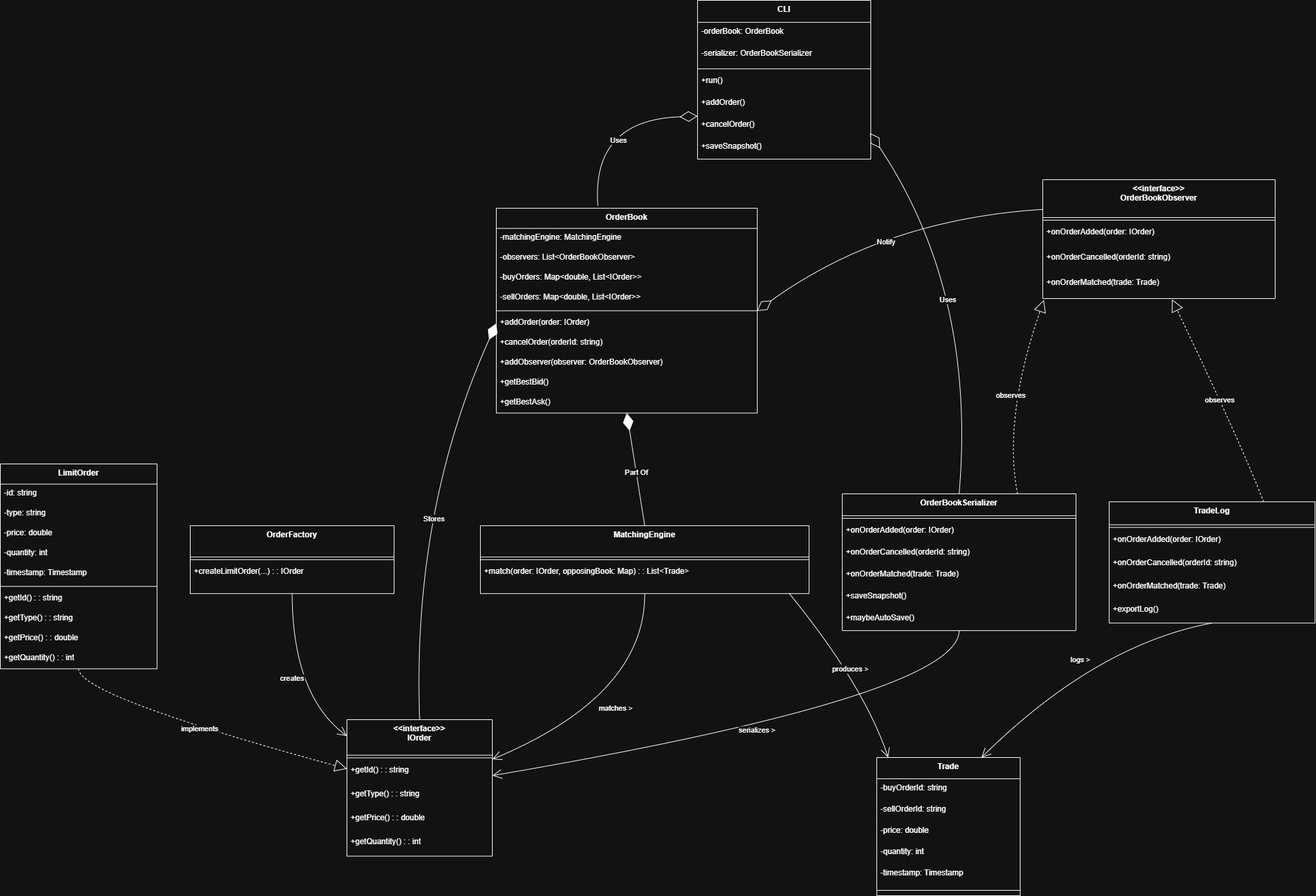
Earlier version of the draw.io export docs/uml/ClassDiagram.drawio.png (CharlesAdewumi2004/Order-Book-Engine-in-Cpp). Source tidied: cells renumbered, new cells last; positions are measured from the earlier drawing's top-left corner, leaving out a move shared by most shapes.
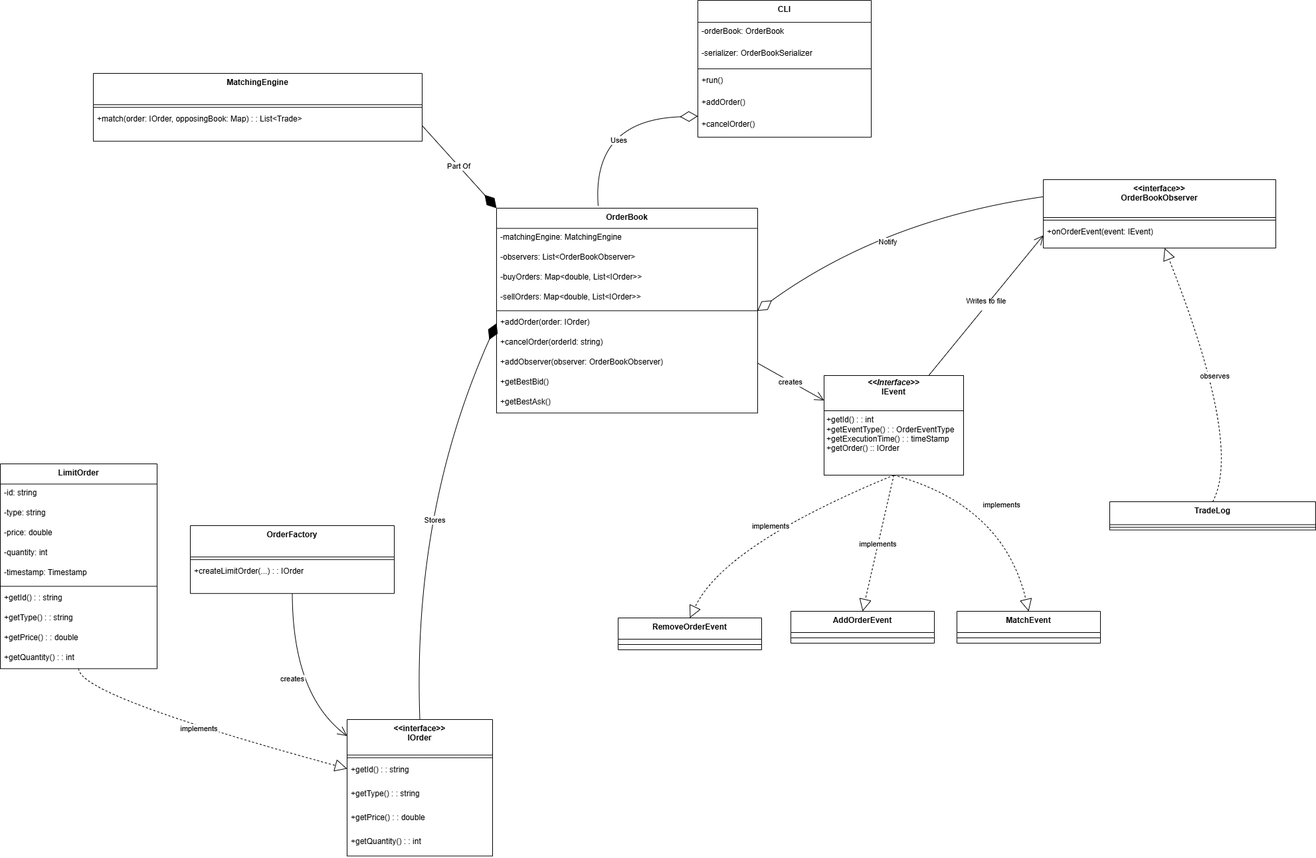
Above is the later version.

Diff of the diagram source:
```diff
@@ -21,20 +21,14 @@
       <mxGeometry y="169.5" width="219" height="36" as="geometry" />
     </mxCell>
     <mxCell id="8" value="&lt;&lt;interface&gt;&gt;&#10;OrderBookObserver" style="swimlane;fontStyle=1;align=center;verticalAlign=top;horizontal=1;startSize=57;" parent="1" vertex="1">
-      <mxGeometry x="1570" y="270" width="350" height="179" as="geometry" />
+      <mxGeometry x="1570" y="270" width="350" height="103" as="geometry" />
     </mxCell>
     <mxCell id="9" style="line;strokeWidth=1;fillColor=none;align=left;verticalAlign=middle;spacingTop=-1;spacingLeft=3;spacingRight=3;labelPosition=right;strokeColor=inherit;" parent="8" vertex="1">
       <mxGeometry y="57" width="350" height="8" as="geometry" />
     </mxCell>
-    <mxCell id="10" value="+onOrderAdded(order: IOrder)" style="text;strokeColor=none;fillColor=none;align=left;verticalAlign=top;spacingLeft=4;spacingRight=4;overflow=hidden;points=[[0,0.5],[1,0.5]];portConstraint=eastwest;" parent="8" vertex="1">
+    <mxCell id="10" value="+onOrderEvent(event: IEvent)" style="text;strokeColor=none;fillColor=none;align=left;verticalAlign=top;spacingLeft=4;spacingRight=4;overflow=hidden;points=[[0,0.5],[1,0.5]];portConstraint=eastwest;" parent="8" vertex="1">
       <mxGeometry y="65" width="350" height="38" as="geometry" />
     </mxCell>
-    <mxCell id="11" value="+onOrderCancelled(orderId: string)" style="text;strokeColor=none;fillColor=none;align=left;verticalAlign=top;spacingLeft=4;spacingRight=4;overflow=hidden;" parent="8" vertex="1">
-      <mxGeometry y="103" width="350" height="38" as="geometry" />
-    </mxCell>
-    <mxCell id="12" value="+onOrderMatched(trade: Trade)" style="text;strokeColor=none;fillColor=none;align=left;verticalAlign=top;spacingLeft=4;spacingRight=4;overflow=hidden;points=[[0,0.5],[1,0.5]];portConstraint=eastwest;" parent="8" vertex="1">
-      <mxGeometry y="141" width="350" height="38" as="geometry" />
-    </mxCell>
     <mxCell id="13" value="LimitOrder" style="swimlane;fontStyle=1;align=center;verticalAlign=top;horizontal=1;startSize=30.4;" parent="1" vertex="1">
       <mxGeometry y="698" width="236" height="308.4" as="geometry" />
     </mxCell>
@@ -68,26 +62,11 @@
     <mxCell id="23" value="+getQuantity() : : int" style="text;strokeColor=none;fillColor=none;align=left;verticalAlign=top;spacingLeft=4;spacingRight=4;overflow=hidden;" parent="13" vertex="1">
       <mxGeometry y="278.4" width="236" height="30" as="geometry" />
     </mxCell>
-    <mxCell id="24" value="Trade" style="swimlane;fontStyle=1;align=center;verticalAlign=top;horizontal=1;startSize=32;" parent="1" vertex="1">
-      <mxGeometry x="1320" y="1140" width="216" height="208" as="geometry" />
+    <mxCell id="24" value="MatchEvent" style="swimlane;fontStyle=1;align=center;verticalAlign=top;horizontal=1;startSize=32;" parent="1" vertex="1">
+      <mxGeometry x="1440" y="920" width="216" height="48" as="geometry" />
     </mxCell>
-    <mxCell id="25" value="-buyOrderId: string" style="text;strokeColor=none;fillColor=none;align=left;verticalAlign=top;spacingLeft=4;spacingRight=4;overflow=hidden;" parent="24" vertex="1">
-      <mxGeometry y="32" width="216" height="32" as="geometry" />
-    </mxCell>
-    <mxCell id="26" value="-sellOrderId: string" style="text;strokeColor=none;fillColor=none;align=left;verticalAlign=top;spacingLeft=4;spacingRight=4;overflow=hidden;" parent="24" vertex="1">
-      <mxGeometry y="64" width="216" height="32" as="geometry" />
-    </mxCell>
-    <mxCell id="27" value="-price: double" style="text;strokeColor=none;fillColor=none;align=left;verticalAlign=top;spacingLeft=4;spacingRight=4;overflow=hidden;" parent="24" vertex="1">
-      <mxGeometry y="96" width="216" height="32" as="geometry" />
-    </mxCell>
-    <mxCell id="28" value="-quantity: int" style="text;strokeColor=none;fillColor=none;align=left;verticalAlign=top;spacingLeft=4;spacingRight=4;overflow=hidden;" parent="24" vertex="1">
-      <mxGeometry y="128" width="216" height="32" as="geometry" />
-    </mxCell>
-    <mxCell id="29" value="-timestamp: Timestamp" style="text;strokeColor=none;fillColor=none;align=left;verticalAlign=top;spacingLeft=4;spacingRight=4;overflow=hidden;" parent="24" vertex="1">
-      <mxGeometry y="160" width="216" height="32" as="geometry" />
-    </mxCell>
     <mxCell id="30" style="line;strokeWidth=1;fillColor=none;align=left;verticalAlign=middle;spacingTop=-1;spacingLeft=3;spacingRight=3;labelPosition=right;strokeColor=inherit;" parent="24" vertex="1">
-      <mxGeometry y="192" width="216" height="16" as="geometry" />
+      <mxGeometry y="32" width="216" height="16" as="geometry" />
     </mxCell>
     <mxCell id="31" value="OrderFactory" style="swimlane;fontStyle=1;align=center;verticalAlign=top;horizontal=1;startSize=47.2;" parent="1" vertex="1">
       <mxGeometry x="286" y="791" width="307" height="102.2" as="geometry" />
@@ -132,7 +111,7 @@
       <mxGeometry y="278.4" width="393" height="30" as="geometry" />
     </mxCell>
     <mxCell id="45" value="MatchingEngine" style="swimlane;fontStyle=1;align=center;verticalAlign=top;horizontal=1;startSize=47.2;" parent="1" vertex="1">
-      <mxGeometry x="723" y="791" width="495" height="102.2" as="geometry" />
+      <mxGeometry x="140" y="110" width="495" height="102.2" as="geometry" />
     </mxCell>
     <mxCell id="46" style="line;strokeWidth=1;fillColor=none;align=left;verticalAlign=middle;spacingTop=-1;spacingLeft=3;spacingRight=3;labelPosition=right;strokeColor=inherit;" parent="45" vertex="1">
       <mxGeometry y="47.2" width="495" height="8" as="geometry" />
@@ -141,46 +120,13 @@
       <mxGeometry y="55.2" width="495" height="47" as="geometry" />
     </mxCell>
     <mxCell id="48" value="TradeLog" style="swimlane;fontStyle=1;align=center;verticalAlign=top;horizontal=1;startSize=34.54545454545455;" parent="1" vertex="1">
-      <mxGeometry x="1670" y="755" width="310" height="182.5" as="geometry" />
+      <mxGeometry x="1670" y="755" width="310" height="42.5" as="geometry" />
     </mxCell>
     <mxCell id="49" style="line;strokeWidth=1;fillColor=none;align=left;verticalAlign=middle;spacingTop=-1;spacingLeft=3;spacingRight=3;labelPosition=right;strokeColor=inherit;" parent="48" vertex="1">
       <mxGeometry y="34.5" width="310" height="8" as="geometry" />
     </mxCell>
-    <mxCell id="50" value="+onOrderAdded(order: IOrder)" style="text;strokeColor=none;fillColor=none;align=left;verticalAlign=top;spacingLeft=4;spacingRight=4;overflow=hidden;" parent="48" vertex="1">
-      <mxGeometry y="42.5" width="310" height="35" as="geometry" />
-    </mxCell>
-    <mxCell id="51" value="+onOrderCancelled(orderId: string)" style="text;strokeColor=none;fillColor=none;align=left;verticalAlign=top;spacingLeft=4;spacingRight=4;overflow=hidden;" parent="48" vertex="1">
-      <mxGeometry y="77.5" width="310" height="35" as="geometry" />
-    </mxCell>
-    <mxCell id="52" value="+onOrderMatched(trade: Trade)" style="text;strokeColor=none;fillColor=none;align=left;verticalAlign=top;spacingLeft=4;spacingRight=4;overflow=hidden;" parent="48" vertex="1">
-      <mxGeometry y="112.5" width="310" height="35" as="geometry" />
-    </mxCell>
-    <mxCell id="53" value="+exportLog()" style="text;strokeColor=none;fillColor=none;align=left;verticalAlign=top;spacingLeft=4;spacingRight=4;overflow=hidden;" parent="48" vertex="1">
-      <mxGeometry y="147.5" width="310" height="35" as="geometry" />
-    </mxCell>
-    <mxCell id="54" value="OrderBookSerializer" style="swimlane;fontStyle=1;align=center;verticalAlign=top;horizontal=1;startSize=32.92307692307692;" parent="1" vertex="1">
-      <mxGeometry x="1268" y="743" width="352" height="205.9" as="geometry" />
-    </mxCell>
-    <mxCell id="55" style="line;strokeWidth=1;fillColor=none;align=left;verticalAlign=middle;spacingTop=-1;spacingLeft=3;spacingRight=3;labelPosition=right;strokeColor=inherit;" parent="54" vertex="1">
-      <mxGeometry y="32.9" width="352" height="8" as="geometry" />
-    </mxCell>
-    <mxCell id="56" value="+onOrderAdded(order: IOrder)" style="text;strokeColor=none;fillColor=none;align=left;verticalAlign=top;spacingLeft=4;spacingRight=4;overflow=hidden;" parent="54" vertex="1">
-      <mxGeometry y="40.9" width="352" height="33" as="geometry" />
-    </mxCell>
-    <mxCell id="57" value="+onOrderCancelled(orderId: string)" style="text;strokeColor=none;fillColor=none;align=left;verticalAlign=top;spacingLeft=4;spacingRight=4;overflow=hidden;" parent="54" vertex="1">
-      <mxGeometry y="73.9" width="352" height="33" as="geometry" />
-    </mxCell>
-    <mxCell id="58" value="+onOrderMatched(trade: Trade)" style="text;strokeColor=none;fillColor=none;align=left;verticalAlign=top;spacingLeft=4;spacingRight=4;overflow=hidden;" parent="54" vertex="1">
-      <mxGeometry y="106.9" width="352" height="33" as="geometry" />
-    </mxCell>
-    <mxCell id="59" value="+saveSnapshot()" style="text;strokeColor=none;fillColor=none;align=left;verticalAlign=top;spacingLeft=4;spacingRight=4;overflow=hidden;" parent="54" vertex="1">
-      <mxGeometry y="139.9" width="352" height="33" as="geometry" />
-    </mxCell>
-    <mxCell id="60" value="+maybeAutoSave()" style="text;strokeColor=none;fillColor=none;align=left;verticalAlign=top;spacingLeft=4;spacingRight=4;overflow=hidden;" parent="54" vertex="1">
-      <mxGeometry y="172.9" width="352" height="33" as="geometry" />
-    </mxCell>
     <mxCell id="61" value="CLI" style="swimlane;fontStyle=1;align=center;verticalAlign=top;horizontal=1;startSize=33.142857142857146;" parent="1" vertex="1">
-      <mxGeometry x="1050" width="261" height="239.1" as="geometry" />
+      <mxGeometry x="1050" width="261" height="206.1" as="geometry" />
     </mxCell>
     <mxCell id="62" value="-orderBook: OrderBook" style="text;strokeColor=none;fillColor=none;align=left;verticalAlign=top;spacingLeft=4;spacingRight=4;overflow=hidden;" parent="61" vertex="1">
       <mxGeometry y="33.1" width="261" height="33" as="geometry" />
@@ -200,9 +146,6 @@
     <mxCell id="67" value="+cancelOrder()" style="text;strokeColor=none;fillColor=none;align=left;verticalAlign=top;spacingLeft=4;spacingRight=4;overflow=hidden;points=[[0,0.5],[1,0.5]];portConstraint=eastwest;" parent="61" vertex="1">
       <mxGeometry y="173.1" width="261" height="33" as="geometry" />
     </mxCell>
-    <mxCell id="68" value="+saveSnapshot()" style="text;strokeColor=none;fillColor=none;align=left;verticalAlign=top;spacingLeft=4;spacingRight=4;overflow=hidden;" parent="61" vertex="1">
-      <mxGeometry y="206.1" width="261" height="33" as="geometry" />
-    </mxCell>
     <mxCell id="69" value="implements" style="curved=1;dashed=1;startArrow=none;endArrow=block;endSize=16;endFill=0;exitX=0.5;exitY=1;entryX=0;entryY=0.36;rounded=0;" parent="1" edge="1" source="13" target="2">
       <mxGeometry relative="1" as="geometry">
         <Array as="points">
@@ -217,48 +160,13 @@
         </Array>
       </mxGeometry>
     </mxCell>
-    <mxCell id="71" value="matches &gt;" style="curved=1;startArrow=none;endArrow=open;endSize=12;exitX=0.5;exitY=1;entryX=1;entryY=0.29;rounded=0;" parent="1" edge="1" source="45" target="2">
-      <mxGeometry relative="1" as="geometry">
-        <Array as="points">
-          <mxPoint x="971" y="1047" />
-        </Array>
-      </mxGeometry>
-    </mxCell>
-    <mxCell id="72" value="produces &gt;" style="curved=1;startArrow=none;endArrow=open;endSize=12;exitX=0.94;exitY=1;entryX=0.08;entryY=0;rounded=0;" parent="1" edge="1" source="45" target="24">
-      <mxGeometry relative="1" as="geometry">
-        <Array as="points">
-          <mxPoint x="1300" y="1030" />
-        </Array>
-      </mxGeometry>
-    </mxCell>
-    <mxCell id="73" value="observes" style="curved=1;dashed=1;startArrow=none;endArrow=block;endSize=16;endFill=0;exitX=0.75;exitY=0;entryX=0.556;entryY=1.03;rounded=0;exitDx=0;exitDy=0;entryDx=0;entryDy=0;entryPerimeter=0;" parent="1" edge="1" source="48" target="12">
+    <mxCell id="73" value="observes" style="curved=1;dashed=1;startArrow=none;endArrow=block;endSize=16;endFill=0;exitX=0.5;exitY=0;rounded=0;exitDx=0;exitDy=0;" parent="1" edge="1" source="48" target="10">
       <mxGeometry relative="1" as="geometry">
         <Array as="points">
           <mxPoint x="1870" y="670" />
         </Array>
       </mxGeometry>
     </mxCell>
-    <mxCell id="74" value="observes" style="curved=1;dashed=1;startArrow=none;endArrow=block;endSize=16;endFill=0;exitX=0.75;exitY=0;entryX=0.005;entryY=1.053;rounded=0;exitDx=0;exitDy=0;entryDx=0;entryDy=0;entryPerimeter=0;" parent="1" edge="1" source="54" target="12">
-      <mxGeometry relative="1" as="geometry">
-        <Array as="points">
-          <mxPoint x="1510" y="630" />
-        </Array>
-      </mxGeometry>
-    </mxCell>
-    <mxCell id="75" value="logs &gt;" style="curved=1;startArrow=none;endArrow=open;endSize=12;exitX=0.5;exitY=1;entryX=0.73;entryY=0;rounded=0;" parent="1" edge="1" source="48" target="24">
-      <mxGeometry relative="1" as="geometry">
-        <Array as="points">
-          <mxPoint x="1650" y="970" />
-        </Array>
-      </mxGeometry>
-    </mxCell>
-    <mxCell id="76" value="serializes &gt;" style="curved=1;startArrow=none;endArrow=open;endSize=12;exitX=0.5;exitY=1;entryX=1;entryY=0.41;rounded=0;" parent="1" edge="1" source="54" target="2">
-      <mxGeometry relative="1" as="geometry">
-        <Array as="points">
-          <mxPoint x="1444" y="1047" />
-        </Array>
-      </mxGeometry>
-    </mxCell>
     <mxCell id="77" style="endArrow=diamondThin;endFill=0;endSize=24;html=1;rounded=0;curved=1;entryX=0;entryY=1.04;entryDx=0;entryDy=0;entryPerimeter=0;" parent="1" edge="1" target="66">
       <mxGeometry relative="1" as="geometry">
         <mxPoint x="900" y="310" as="sourcePoint" />
@@ -272,17 +180,7 @@
         <mxPoint x="39" y="56" as="offset" />
       </mxGeometry>
     </mxCell>
-    <mxCell id="79" style="endArrow=diamondThin;endFill=0;endSize=24;html=1;rounded=0;curved=1;entryX=0.996;entryY=0.814;entryDx=0;entryDy=0;entryPerimeter=0;exitX=0.5;exitY=0;exitDx=0;exitDy=0;" parent="1" edge="1" source="54" target="67">
-      <mxGeometry relative="1" as="geometry">
-        <Array as="points">
-          <mxPoint x="1470" y="440" />
-        </Array>
-      </mxGeometry>
-    </mxCell>
-    <mxCell id="80" value="Uses" style="edgeLabel;html=1;align=center;verticalAlign=middle;" parent="79" vertex="1">
-      <mxGeometry x="0.08" y="42" relative="1" as="geometry" />
-    </mxCell>
-    <mxCell id="81" style="endArrow=diamondThin;endFill=1;endSize=24;html=1;rounded=0;exitX=0.5;exitY=0;exitDx=0;exitDy=0;entryX=0.5;entryY=1;entryDx=0;entryDy=0;" parent="1" edge="1" source="45" target="34">
+    <mxCell id="81" style="endArrow=diamondThin;endFill=1;endSize=24;html=1;rounded=0;exitX=1;exitY=0.5;exitDx=0;exitDy=0;entryX=0;entryY=0;entryDx=0;entryDy=0;" parent="1" edge="1" source="47" target="34">
       <mxGeometry relative="1" as="geometry" />
     </mxCell>
     <mxCell id="82" value="Part Of" style="edgeLabel;html=1;align=center;verticalAlign=middle;" parent="81" vertex="1">
@@ -308,5 +206,43 @@
     <mxCell id="86" value="Notify" style="edgeLabel;html=1;align=center;verticalAlign=middle;" parent="85" vertex="1">
       <mxGeometry x="0.08" y="29" relative="1" as="geometry" />
     </mxCell>
+    <mxCell id="87" value="&lt;p style=&quot;margin:0px;margin-top:4px;text-align:center;&quot;&gt;&lt;i&gt;&lt;b&gt;&amp;lt;&amp;lt;Interface&amp;gt;&amp;gt;&lt;/b&gt;&lt;/i&gt;&lt;br&gt;&lt;b&gt;IEvent&lt;/b&gt;&lt;/p&gt;&lt;p style=&quot;margin:0px;margin-left:4px;&quot;&gt;&lt;br&gt;&lt;/p&gt;&lt;hr size=&quot;1&quot; style=&quot;border-style:solid;&quot;&gt;&lt;p style=&quot;margin:0px;margin-left:4px;&quot;&gt;+getId() : : int&lt;br&gt;+getEventType() : : OrderEventType&lt;/p&gt;&lt;p style=&quot;margin:0px;margin-left:4px;&quot;&gt;+getExecutionTime() : : timeStamp&lt;/p&gt;&lt;p style=&quot;margin:0px;margin-left:4px;&quot;&gt;+getOrder() :: IOrder&lt;/p&gt;" style="verticalAlign=top;align=left;overflow=fill;html=1;whiteSpace=wrap;" parent="1" vertex="1">
+      <mxGeometry x="1240" y="565" width="210" height="150" as="geometry" />
+    </mxCell>
+    <mxCell id="88" value="implements" style="curved=1;dashed=1;startArrow=none;endArrow=block;endSize=16;endFill=0;exitX=0.5;exitY=1;entryX=0.5;entryY=0;rounded=0;exitDx=0;exitDy=0;entryDx=0;entryDy=0;" parent="1" edge="1" source="87" target="24">
+      <mxGeometry relative="1" as="geometry">
+        <Array as="points">
+          <mxPoint x="1510" y="760" />
+        </Array>
+      </mxGeometry>
+    </mxCell>
+    <mxCell id="89" value="AddOrderEvent" style="swimlane;fontStyle=1;align=center;verticalAlign=top;horizontal=1;startSize=32;" parent="1" vertex="1">
+      <mxGeometry x="1190" y="920" width="216" height="48" as="geometry" />
+    </mxCell>
+    <mxCell id="90" style="line;strokeWidth=1;fillColor=none;align=left;verticalAlign=middle;spacingTop=-1;spacingLeft=3;spacingRight=3;labelPosition=right;strokeColor=inherit;" parent="89" vertex="1">
+      <mxGeometry y="32" width="216" height="16" as="geometry" />
+    </mxCell>
+    <mxCell id="91" value="RemoveOrderEvent" style="swimlane;fontStyle=1;align=center;verticalAlign=top;horizontal=1;startSize=32;" parent="1" vertex="1">
+      <mxGeometry x="930" y="930" width="216" height="48" as="geometry" />
+    </mxCell>
+    <mxCell id="92" style="line;strokeWidth=1;fillColor=none;align=left;verticalAlign=middle;spacingTop=-1;spacingLeft=3;spacingRight=3;labelPosition=right;strokeColor=inherit;" parent="91" vertex="1">
+      <mxGeometry y="32" width="216" height="16" as="geometry" />
+    </mxCell>
+    <mxCell id="93" value="implements" style="curved=1;dashed=1;startArrow=none;endArrow=block;endSize=16;endFill=0;exitX=0.5;exitY=1;rounded=0;exitDx=0;exitDy=0;entryX=0.5;entryY=0;entryDx=0;entryDy=0;" parent="1" edge="1" source="87" target="91">
+      <mxGeometry relative="1" as="geometry">
+        <Array as="points">
+          <mxPoint x="1090" y="820" />
+        </Array>
+      </mxGeometry>
+    </mxCell>
+    <mxCell id="94" value="implements" style="curved=1;dashed=1;startArrow=none;endArrow=block;endSize=16;endFill=0;entryX=0.5;entryY=0;rounded=0;entryDx=0;entryDy=0;exitX=0.5;exitY=1;exitDx=0;exitDy=0;" parent="1" edge="1" source="87" target="89">
+      <mxGeometry relative="1" as="geometry" />
+    </mxCell>
+    <mxCell id="95" value="creates" style="curved=1;startArrow=none;endArrow=open;endSize=12;exitX=1;exitY=0.5;entryX=0;entryY=0.25;rounded=0;exitDx=0;exitDy=0;entryDx=0;entryDy=0;" parent="1" edge="1" source="42" target="87">
+      <mxGeometry relative="1" as="geometry" />
+    </mxCell>
+    <mxCell id="96" value="Writes to file&#10;" style="curved=1;startArrow=none;endArrow=open;endSize=12;exitX=0.75;exitY=0;rounded=0;exitDx=0;exitDy=0;entryX=0;entryY=0.5;entryDx=0;entryDy=0;" parent="1" edge="1" source="87" target="10">
+      <mxGeometry relative="1" as="geometry" />
+    </mxCell>
   </root>
 </mxGraphModel>
```
